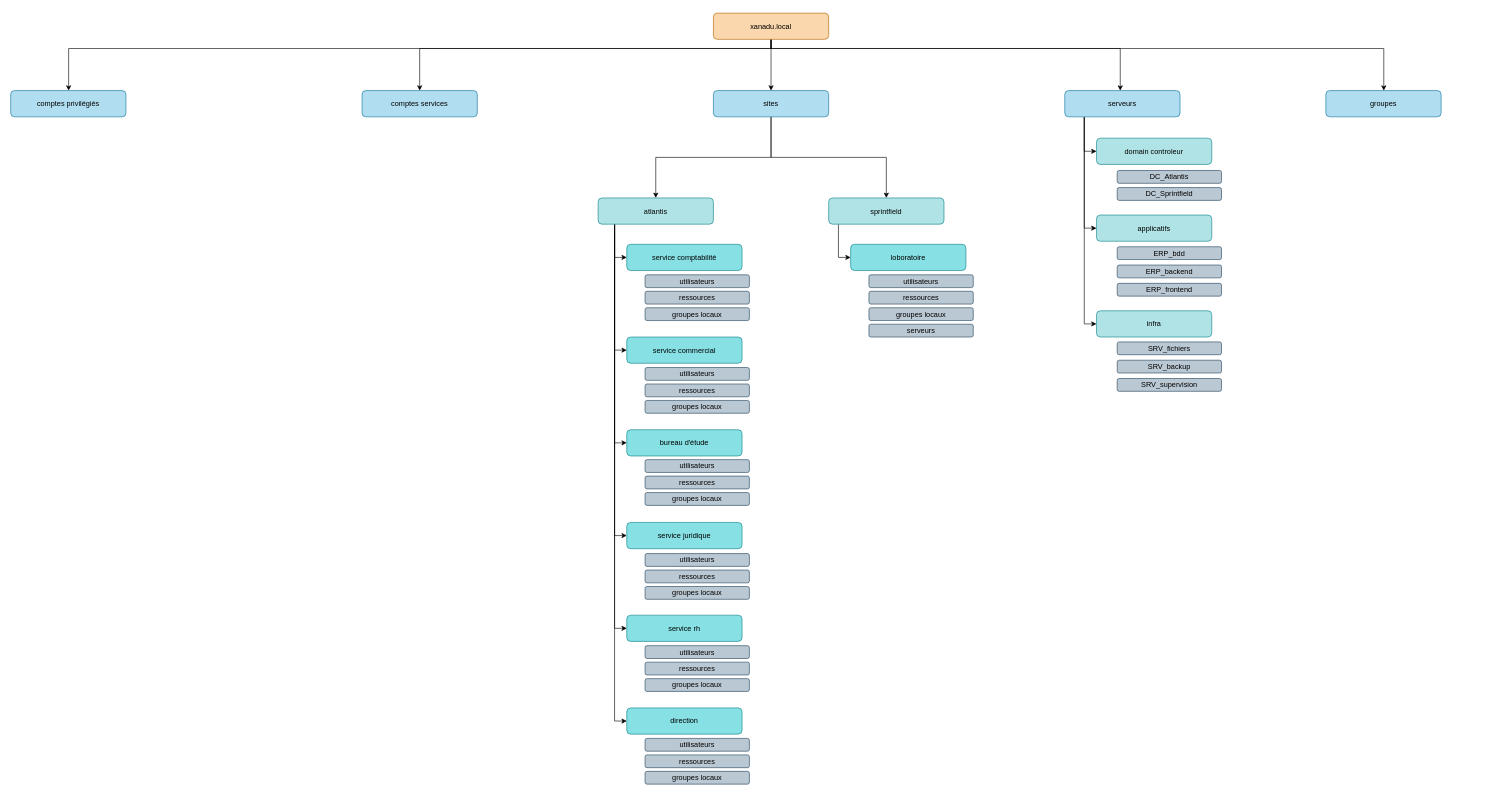
Before: L1-annuaire_ad.drawio in RobinNoiret/school-fisa3-administration_si, a draw.io diagram. Source tidied: cells renumbered, new cells numbered last; positions are measured from the earlier drawing's top-left corner, leaving out a move shared by most shapes. Both pictures are drawn from the tidied source at 61%, with x=0, y=0 at pixel (10, 13).
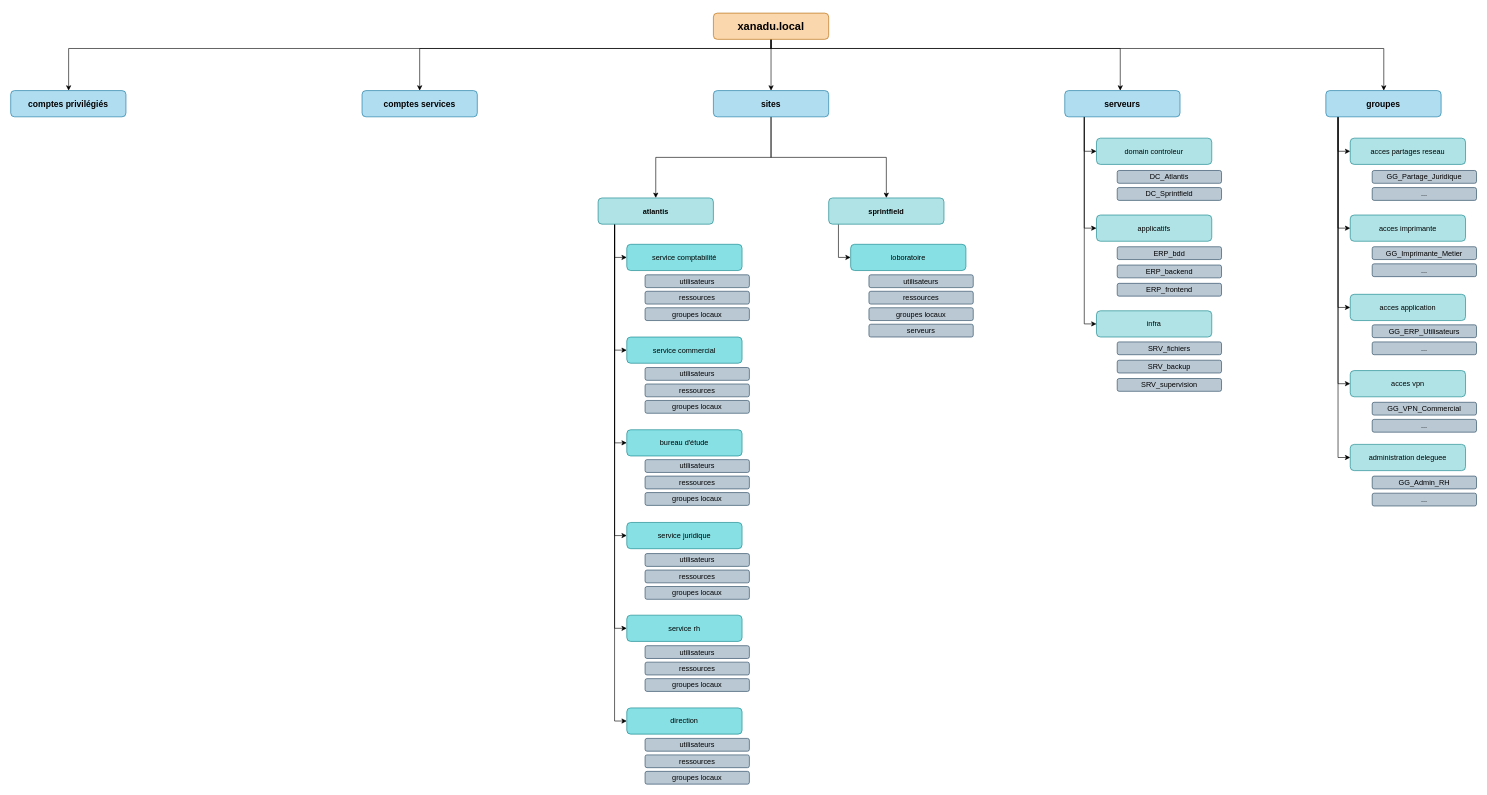
The same diagram, later.

Diff of the diagram source:
```diff
@@
-    <mxCell id="7" value="xanadu.local" style="rounded=1;whiteSpace=wrap;html=1;fillColor=#fad7ac;strokeColor=#b46504;" parent="1" vertex="1">
+    <mxCell id="7" value="&lt;h2&gt;xanadu.local&lt;/h2&gt;" style="rounded=1;whiteSpace=wrap;html=1;fillColor=#fad7ac;strokeColor=#b46504;" parent="1" vertex="1">
       <mxGeometry x="1152" width="189" height="43" as="geometry" />
     </mxCell>
@@
-    <mxCell id="10" value="sites" style="rounded=1;whiteSpace=wrap;html=1;fillColor=#b1ddf0;strokeColor=#10739e;" parent="1" vertex="1">
+    <mxCell id="10" value="&lt;h3&gt;sites&lt;/h3&gt;" style="rounded=1;whiteSpace=wrap;html=1;fillColor=#b1ddf0;strokeColor=#10739e;" parent="1" vertex="1">
       <mxGeometry x="1152" y="127" width="189" height="43" as="geometry" />
     </mxCell>
@@
-    <mxCell id="14" value="serveurs" style="rounded=1;whiteSpace=wrap;html=1;fillColor=#b1ddf0;strokeColor=#10739e;" parent="1" vertex="1">
+    <mxCell id="14" value="&lt;h3&gt;serveurs&lt;/h3&gt;" style="rounded=1;whiteSpace=wrap;html=1;fillColor=#b1ddf0;strokeColor=#10739e;" parent="1" vertex="1">
       <mxGeometry x="1728" y="127" width="189" height="43" as="geometry" />
     </mxCell>
-    <mxCell id="15" value="comptes services" style="rounded=1;whiteSpace=wrap;html=1;fillColor=#b1ddf0;strokeColor=#10739e;" parent="1" vertex="1">
+    <mxCell id="15" value="&lt;h3&gt;comptes services&lt;/h3&gt;" style="rounded=1;whiteSpace=wrap;html=1;fillColor=#b1ddf0;strokeColor=#10739e;" parent="1" vertex="1">
       <mxGeometry x="576" y="127" width="189" height="43" as="geometry" />
     </mxCell>
-    <mxCell id="16" value="comptes privilégiés" style="rounded=1;whiteSpace=wrap;html=1;fillColor=#b1ddf0;strokeColor=#10739e;" parent="1" vertex="1">
+    <mxCell id="16" value="&lt;h3&gt;comptes privilégiés&lt;/h3&gt;" style="rounded=1;whiteSpace=wrap;html=1;fillColor=#b1ddf0;strokeColor=#10739e;" parent="1" vertex="1">
       <mxGeometry y="127" width="189" height="43" as="geometry" />
     </mxCell>
+    <mxCell id="67" style="edgeStyle=orthogonalEdgeStyle;rounded=0;jettySize=auto;html=1;entryX=0;entryY=0.5;entryDx=0;entryDy=0;" parent="1" edge="1" source="17" target="72">
+      <mxGeometry relative="1" as="geometry">
+        <Array as="points">
+          <mxPoint x="2176" y="226" />
+        </Array>
+      </mxGeometry>
+    </mxCell>
+    <mxCell id="68" style="edgeStyle=orthogonalEdgeStyle;rounded=0;jettySize=auto;html=1;entryX=0;entryY=0.5;entryDx=0;entryDy=0;" parent="1" edge="1" source="17" target="73">
+      <mxGeometry relative="1" as="geometry">
+        <Array as="points">
+          <mxPoint x="2176" y="352" />
+        </Array>
+      </mxGeometry>
+    </mxCell>
+    <mxCell id="69" style="edgeStyle=orthogonalEdgeStyle;rounded=0;jettySize=auto;html=1;entryX=0;entryY=0.5;entryDx=0;entryDy=0;" parent="1" edge="1" source="17" target="74">
+      <mxGeometry relative="1" as="geometry">
+        <Array as="points">
+          <mxPoint x="2176" y="482" />
+        </Array>
+      </mxGeometry>
+    </mxCell>
+    <mxCell id="70" style="edgeStyle=orthogonalEdgeStyle;rounded=0;jettySize=auto;html=1;entryX=0;entryY=0.5;entryDx=0;entryDy=0;" parent="1" edge="1" source="17" target="75">
+      <mxGeometry relative="1" as="geometry">
+        <Array as="points">
+          <mxPoint x="2176" y="608" />
+        </Array>
+      </mxGeometry>
+    </mxCell>
+    <mxCell id="71" style="edgeStyle=orthogonalEdgeStyle;rounded=0;jettySize=auto;html=1;entryX=0;entryY=0.5;entryDx=0;entryDy=0;" parent="1" edge="1" source="17" target="76">
+      <mxGeometry relative="1" as="geometry">
+        <Array as="points">
+          <mxPoint x="2176" y="728" />
+        </Array>
+      </mxGeometry>
+    </mxCell>
-    <mxCell id="17" value="groupes" style="rounded=1;whiteSpace=wrap;html=1;fillColor=#b1ddf0;strokeColor=#10739e;" parent="1" vertex="1">
+    <mxCell id="17" value="&lt;h3&gt;groupes&lt;/h3&gt;" style="rounded=1;whiteSpace=wrap;html=1;fillColor=#b1ddf0;strokeColor=#10739e;" parent="1" vertex="1">
       <mxGeometry x="2156" y="127" width="189" height="43" as="geometry" />
     </mxCell>
@@
-    <mxCell id="24" value="atlantis" style="rounded=1;whiteSpace=wrap;html=1;fillColor=#b0e3e6;strokeColor=#0e8088;" parent="1" vertex="1">
+    <mxCell id="24" value="&lt;h4&gt;atlantis&lt;/h4&gt;" style="rounded=1;whiteSpace=wrap;html=1;fillColor=#b0e3e6;strokeColor=#0e8088;" parent="1" vertex="1">
       <mxGeometry x="963" y="303" width="189" height="43" as="geometry" />
     </mxCell>
@@
-    <mxCell id="26" value="sprintfield" style="rounded=1;whiteSpace=wrap;html=1;fillColor=#b0e3e6;strokeColor=#0e8088;" parent="1" vertex="1">
+    <mxCell id="26" value="&lt;h4&gt;sprintfield&lt;/h4&gt;" style="rounded=1;whiteSpace=wrap;html=1;fillColor=#b0e3e6;strokeColor=#0e8088;" parent="1" vertex="1">
       <mxGeometry x="1341" y="303" width="189" height="43" as="geometry" />
     </mxCell>
@@
+    <mxCell id="72" value="acces partages reseau" style="rounded=1;whiteSpace=wrap;html=1;fillColor=#b0e3e6;strokeColor=#0e8088;" parent="1" vertex="1">
+      <mxGeometry x="2196" y="205" width="189" height="43" as="geometry" />
+    </mxCell>
+    <mxCell id="73" value="acces imprimante" style="rounded=1;whiteSpace=wrap;html=1;fillColor=#b0e3e6;strokeColor=#0e8088;" parent="1" vertex="1">
+      <mxGeometry x="2196" y="331" width="189" height="43" as="geometry" />
+    </mxCell>
+    <mxCell id="74" value="acces application" style="rounded=1;whiteSpace=wrap;html=1;fillColor=#b0e3e6;strokeColor=#0e8088;" parent="1" vertex="1">
+      <mxGeometry x="2196" y="461" width="189" height="43" as="geometry" />
+    </mxCell>
+    <mxCell id="75" value="acces vpn" style="rounded=1;whiteSpace=wrap;html=1;fillColor=#b0e3e6;strokeColor=#0e8088;" parent="1" vertex="1">
+      <mxGeometry x="2196" y="586" width="189" height="43" as="geometry" />
+    </mxCell>
+    <mxCell id="76" value="administration deleguee" style="rounded=1;whiteSpace=wrap;html=1;fillColor=#b0e3e6;strokeColor=#0e8088;" parent="1" vertex="1">
+      <mxGeometry x="2196" y="707" width="189" height="43" as="geometry" />
+    </mxCell>
+    <mxCell id="77" value="GG_Partage_Juridique" style="rounded=1;whiteSpace=wrap;html=1;fillColor=#bac8d3;strokeColor=#23445d;" parent="1" vertex="1">
+      <mxGeometry x="2232" y="258" width="171" height="21" as="geometry" />
+    </mxCell>
+    <mxCell id="78" value="..." style="rounded=1;whiteSpace=wrap;html=1;fillColor=#bac8d3;strokeColor=#23445d;" parent="1" vertex="1">
+      <mxGeometry x="2232" y="286" width="171" height="21" as="geometry" />
+    </mxCell>
+    <mxCell id="79" value="GG_Imprimante_Metier" style="rounded=1;whiteSpace=wrap;html=1;fillColor=#bac8d3;strokeColor=#23445d;" parent="1" vertex="1">
+      <mxGeometry x="2232" y="383" width="171" height="21" as="geometry" />
+    </mxCell>
+    <mxCell id="80" value="..." style="rounded=1;whiteSpace=wrap;html=1;fillColor=#bac8d3;strokeColor=#23445d;" parent="1" vertex="1">
+      <mxGeometry x="2232" y="411" width="171" height="21" as="geometry" />
+    </mxCell>
+    <mxCell id="81" value="GG_ERP_Utilisateurs" style="rounded=1;whiteSpace=wrap;html=1;fillColor=#bac8d3;strokeColor=#23445d;" parent="1" vertex="1">
+      <mxGeometry x="2232" y="511" width="171" height="21" as="geometry" />
+    </mxCell>
+    <mxCell id="82" value="..." style="rounded=1;whiteSpace=wrap;html=1;fillColor=#bac8d3;strokeColor=#23445d;" parent="1" vertex="1">
+      <mxGeometry x="2232" y="539" width="171" height="21" as="geometry" />
+    </mxCell>
+    <mxCell id="83" value="GG_VPN_Commercial" style="rounded=1;whiteSpace=wrap;html=1;fillColor=#bac8d3;strokeColor=#23445d;" parent="1" vertex="1">
+      <mxGeometry x="2232" y="638" width="171" height="21" as="geometry" />
+    </mxCell>
+    <mxCell id="84" value="..." style="rounded=1;whiteSpace=wrap;html=1;fillColor=#bac8d3;strokeColor=#23445d;" parent="1" vertex="1">
+      <mxGeometry x="2232" y="666" width="171" height="21" as="geometry" />
+    </mxCell>
+    <mxCell id="85" value="GG_Admin_RH" style="rounded=1;whiteSpace=wrap;html=1;fillColor=#bac8d3;strokeColor=#23445d;" parent="1" vertex="1">
+      <mxGeometry x="2232" y="759" width="171" height="21" as="geometry" />
+    </mxCell>
+    <mxCell id="86" value="..." style="rounded=1;whiteSpace=wrap;html=1;fillColor=#bac8d3;strokeColor=#23445d;" parent="1" vertex="1">
+      <mxGeometry x="2232" y="787" width="171" height="21" as="geometry" />
+    </mxCell>
```
